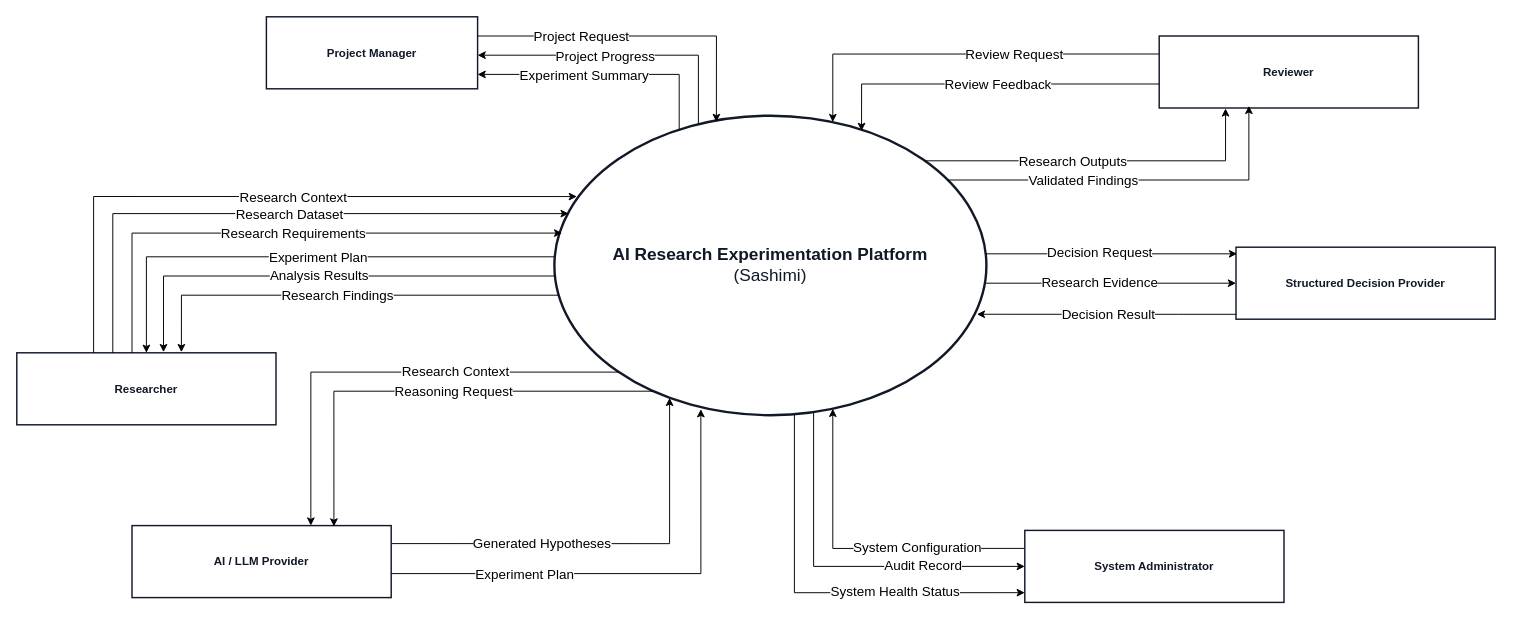
capstone-project-beyond8/capstone-project-docs keeps this draw.io diagram as page "Copy of Copy of Context Diagram" (3 of 4) of diagrams/context-diagrams/AI-Research-Experimentation-Platform-Context.drawio. Above is the earlier version. Source tidied: cells renumbered, new cells numbered last; positions are measured from the earlier drawing's top-left corner, leaving out a move shared by most shapes. Both pictures are drawn from the tidied source at 96%, with x=0, y=0 at pixel (16, 16).
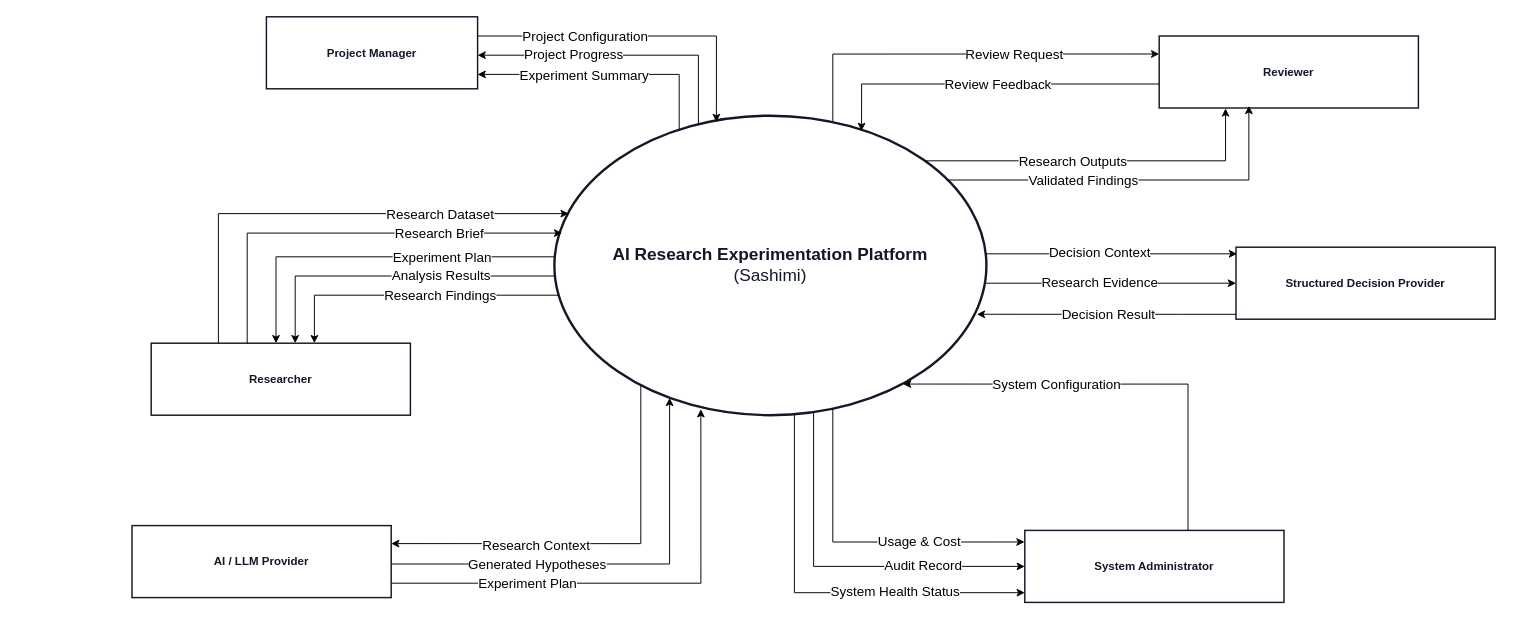
After the change.

Commit message (it also covers changes not shown here):
docs(diagrams): update context and use case diagrams

Refine the context diagram and use case diagram to reflect recent
updates to the system architecture and actor definitions.

- Update context diagram layout and connection styles
- Simplify actor names in use case diagram (e.g., "Researcher / Data
  Analyst" to "Researcher")
- Adjust diagram viewport and metadata

The change refers to these unchanged cells:
```xml
<mxCell id="14" value="&lt;b&gt;AI Research Experimentation Platform&lt;/b&gt;&lt;br&gt;(Sashimi)" style="ellipse;whiteSpace=wrap;html=1;align=center;verticalAlign=middle;fillColor=#ffffff;strokeColor=#111827;strokeWidth=2.5;fontFamily=Helvetica;fontSize=18;fontColor=#111827;spacing=14;" parent="1" vertex="1">
  <mxGeometry x="560" y="103" width="450" height="312" as="geometry" />
</mxCell>
<mxCell id="17" value="&lt;b&gt;System Administrator&lt;/b&gt;" style="rounded=0;whiteSpace=wrap;html=1;align=center;verticalAlign=middle;fillColor=#ffffff;strokeColor=#111827;strokeWidth=1.5;fontFamily=Helvetica;fontSize=12;fontColor=#111827;spacing=8;" parent="1" vertex="1">
  <mxGeometry x="1050" y="535" width="270" height="75" as="geometry" />
</mxCell>
<mxCell id="18" value="&lt;b&gt;Reviewer&lt;/b&gt;" style="rounded=0;whiteSpace=wrap;html=1;align=center;verticalAlign=middle;fillColor=#ffffff;strokeColor=#111827;strokeWidth=1.5;fontFamily=Helvetica;fontSize=12;fontColor=#111827;spacing=8;" parent="1" vertex="1">
  <mxGeometry x="1190" y="20" width="270" height="75" as="geometry" />
</mxCell>
<mxCell id="19" value="&lt;b&gt;AI / LLM Provider&lt;/b&gt;" style="rounded=0;whiteSpace=wrap;html=1;align=center;verticalAlign=middle;fillColor=#ffffff;strokeColor=#111827;strokeWidth=1.5;fontFamily=Helvetica;fontSize=12;fontColor=#111827;spacing=8;" parent="1" vertex="1">
  <mxGeometry x="120" y="530" width="270" height="75" as="geometry" />
</mxCell>
<mxCell id="21" style="edgeStyle=orthogonalEdgeStyle;rounded=0;jettySize=auto;html=1;entryX=0.375;entryY=0.021;entryDx=0;entryDy=0;entryPerimeter=0;" parent="1" edge="1" source="16" target="14">
  <mxGeometry relative="1" as="geometry">
    <Array as="points">
      <mxPoint x="728.8" y="20" />
    </Array>
  </mxGeometry>
</mxCell>
<mxCell id="23" style="edgeStyle=orthogonalEdgeStyle;rounded=0;jettySize=auto;html=1;" parent="1" edge="1" source="14">
  <mxGeometry relative="1" as="geometry">
    <mxPoint x="480" y="40" as="targetPoint" />
    <Array as="points">
      <mxPoint x="710" y="40.8" />
    </Array>
  </mxGeometry>
</mxCell>
<mxCell id="49" style="edgeStyle=orthogonalEdgeStyle;rounded=0;jettySize=auto;html=1;entryX=0.004;entryY=0.092;entryDx=0;entryDy=0;entryPerimeter=0;" parent="1" edge="1" source="14" target="20">
  <mxGeometry relative="1" as="geometry">
    <Array as="points">
      <mxPoint x="1070" y="246.9" />
      <mxPoint x="1070" y="246.9" />
    </Array>
  </mxGeometry>
</mxCell>
```

What changed in the source:
```diff
@@
-    <mxCell id="2" style="edgeStyle=orthogonalEdgeStyle;rounded=0;jettySize=auto;html=1;entryX=0;entryY=0.25;entryDx=0;entryDy=0;endArrow=none;endFill=0;startArrow=classic;startFill=1;" parent="1" edge="1" source="14" target="17">
-      <mxGeometry relative="1" as="geometry">
-        <Array as="points">
-          <mxPoint x="850" y="553.8" />
-        </Array>
-      </mxGeometry>
-    </mxCell>
-    <mxCell id="3" value="System Configuration" style="edgeLabel;html=1;align=center;verticalAlign=middle;fontSize=14;" parent="2" vertex="1">
-      <mxGeometry x="0.35" y="1" relative="1" as="geometry" />
-    </mxCell>
@@
     <mxCell id="6" style="edgeStyle=orthogonalEdgeStyle;rounded=0;jettySize=auto;html=1;entryX=1;entryY=0.25;entryDx=0;entryDy=0;endArrow=none;endFill=0;startArrow=classic;startFill=1;" parent="1" edge="1" source="14" target="19">
       <mxGeometry relative="1" as="geometry">
         <Array as="points">
-          <mxPoint x="680" y="548.8" />
+          <mxPoint x="680" y="570" />
+          <mxPoint x="390" y="570" />
         </Array>
       </mxGeometry>
     </mxCell>
@@
-    <mxCell id="8" style="edgeStyle=orthogonalEdgeStyle;rounded=0;jettySize=auto;html=1;entryX=0;entryY=0.25;entryDx=0;entryDy=0;endArrow=none;endFill=0;startArrow=classic;startFill=1;" parent="1" edge="1" source="14" target="18">
+    <mxCell id="8" style="edgeStyle=orthogonalEdgeStyle;rounded=0;jettySize=auto;html=1;entryX=0;entryY=0.25;entryDx=0;entryDy=0;endArrow=classic;endFill=1;startArrow=none;startFill=0;" parent="1" edge="1" source="14" target="18">
       <mxGeometry relative="1" as="geometry">
         <Array as="points">
           <mxPoint x="850" y="38.8" />
         </Array>
       </mxGeometry>
     </mxCell>
@@
-    <mxCell id="10" style="edgeStyle=orthogonalEdgeStyle;rounded=0;jettySize=auto;html=1;entryX=0.5;entryY=0;entryDx=0;entryDy=0;" parent="1" edge="1" source="14" target="15">
+    <mxCell id="10" style="edgeStyle=orthogonalEdgeStyle;rounded=0;jettySize=auto;html=1;" parent="1" edge="1" source="14">
       <mxGeometry relative="1" as="geometry">
+        <mxPoint x="270" y="340" as="targetPoint" />
         <Array as="points">
-          <mxPoint x="135" y="250" />
+          <mxPoint x="270" y="250" />
+          <mxPoint x="270" y="340" />
         </Array>
       </mxGeometry>
     </mxCell>
     <mxCell id="11" value="Experiment Plan" style="edgeLabel;html=1;align=center;verticalAlign=middle;fontSize=14;" parent="10" vertex="1">
-      <mxGeometry x="-0.06" relative="1" as="geometry" />
+      <mxGeometry x="-0.06" relative="1" as="geometry">
+        <mxPoint x="61" as="offset" />
+      </mxGeometry>
     </mxCell>
@@
     <mxCell id="15" value="&lt;b&gt;Researcher&lt;/b&gt;" style="rounded=0;whiteSpace=wrap;html=1;align=center;verticalAlign=middle;fillColor=#ffffff;strokeColor=#111827;strokeWidth=1.5;fontFamily=Helvetica;fontSize=12;fontColor=#111827;spacing=8;" parent="1" vertex="1">
-      <mxGeometry y="350" width="270" height="75" as="geometry" />
+      <mxGeometry x="140" y="340" width="270" height="75" as="geometry" />
     </mxCell>
@@
-    <mxCell id="22" value="Project Request" style="edgeLabel;html=1;align=center;verticalAlign=middle;fontSize=14;" parent="21" vertex="1">
-      <mxGeometry x="-0.37" relative="1" as="geometry" />
+    <mxCell id="22" value="Project Configuration" style="edgeLabel;html=1;align=center;verticalAlign=middle;fontSize=14;" parent="21" vertex="1">
+      <mxGeometry x="-0.37" relative="1" as="geometry">
+        <mxPoint x="4" as="offset" />
+      </mxGeometry>
     </mxCell>
@@
     <mxCell id="24" value="Project Progress" style="edgeLabel;html=1;align=center;verticalAlign=middle;fontSize=14;" parent="23" vertex="1">
-      <mxGeometry x="0.12" y="1" relative="1" as="geometry" />
+      <mxGeometry x="0.12" y="1" relative="1" as="geometry">
+        <mxPoint x="-33" y="-3" as="offset" />
+      </mxGeometry>
     </mxCell>
     <mxCell id="25" style="edgeStyle=orthogonalEdgeStyle;rounded=0;jettySize=auto;html=1;entryX=0.339;entryY=0.98;entryDx=0;entryDy=0;entryPerimeter=0;" parent="1" edge="1" source="19" target="14">
       <mxGeometry relative="1" as="geometry">
         <Array as="points">
-          <mxPoint x="712.6" y="580" />
+          <mxPoint x="712.6" y="590" />
         </Array>
       </mxGeometry>
     </mxCell>
@@
-    <mxCell id="31" style="edgeStyle=orthogonalEdgeStyle;rounded=0;jettySize=auto;html=1;entryX=0.052;entryY=0.27;entryDx=0;entryDy=0;entryPerimeter=0;" parent="1" edge="1" source="15" target="14">
-      <mxGeometry relative="1" as="geometry">
-        <Array as="points">
-          <mxPoint x="80" y="187.2" />
-        </Array>
-      </mxGeometry>
-    </mxCell>
-    <mxCell id="32" value="Research Context" style="edgeLabel;html=1;align=center;verticalAlign=middle;fontSize=14;" parent="31" vertex="1">
-      <mxGeometry x="0.11" relative="1" as="geometry" />
-    </mxCell>
     <mxCell id="33" style="edgeStyle=orthogonalEdgeStyle;rounded=0;jettySize=auto;html=1;entryX=0.033;entryY=0.327;entryDx=0;entryDy=0;entryPerimeter=0;" parent="1" edge="1" source="15" target="14">
       <mxGeometry relative="1" as="geometry">
         <Array as="points">
-          <mxPoint x="100" y="205" />
+          <mxPoint x="210" y="205" />
         </Array>
       </mxGeometry>
     </mxCell>
     <mxCell id="34" value="Research Dataset" style="edgeLabel;html=1;align=center;verticalAlign=middle;fontSize=14;" parent="33" vertex="1">
-      <mxGeometry x="0.06" relative="1" as="geometry" />
+      <mxGeometry x="0.06" relative="1" as="geometry">
+        <mxPoint x="101" as="offset" />
+      </mxGeometry>
     </mxCell>
     <mxCell id="35" style="edgeStyle=orthogonalEdgeStyle;rounded=0;jettySize=auto;html=1;entryX=0.018;entryY=0.392;entryDx=0;entryDy=0;entryPerimeter=0;" parent="1" edge="1" source="15" target="14">
       <mxGeometry relative="1" as="geometry">
         <Array as="points">
-          <mxPoint x="120" y="225.3" />
+          <mxPoint x="240" y="225.3" />
         </Array>
       </mxGeometry>
     </mxCell>
-    <mxCell id="36" value="Research Requirements" style="edgeLabel;html=1;align=center;verticalAlign=middle;fontSize=14;" parent="35" vertex="1">
-      <mxGeometry x="0.02" relative="1" as="geometry" />
+    <mxCell id="36" value="Research Brief" style="edgeLabel;html=1;align=center;verticalAlign=middle;fontSize=14;" parent="35" vertex="1">
+      <mxGeometry x="0.02" relative="1" as="geometry">
+        <mxPoint x="88" as="offset" />
+      </mxGeometry>
     </mxCell>
-    <mxCell id="37" style="edgeStyle=orthogonalEdgeStyle;rounded=0;jettySize=auto;html=1;entryX=0.566;entryY=-0.009;entryDx=0;entryDy=0;entryPerimeter=0;" parent="1" edge="1" source="14" target="15">
+    <mxCell id="37" style="edgeStyle=orthogonalEdgeStyle;rounded=0;jettySize=auto;html=1;" parent="1" edge="1" source="14">
       <mxGeometry relative="1" as="geometry">
+        <mxPoint x="290" y="340" as="targetPoint" />
         <Array as="points">
-          <mxPoint x="152.8" y="270" />
+          <mxPoint x="290" y="270" />
+          <mxPoint x="290" y="339.3" />
         </Array>
       </mxGeometry>
     </mxCell>
     <mxCell id="38" value="Analysis Results" style="edgeLabel;html=1;align=center;verticalAlign=middle;fontSize=14;" parent="37" vertex="1">
-      <mxGeometry x="0.01" y="-1" relative="1" as="geometry" />
+      <mxGeometry x="0.01" y="-1" relative="1" as="geometry">
+        <mxPoint x="53" as="offset" />
+      </mxGeometry>
     </mxCell>
-    <mxCell id="39" style="edgeStyle=orthogonalEdgeStyle;rounded=0;jettySize=auto;html=1;entryX=0.635;entryY=-0.009;entryDx=0;entryDy=0;entryPerimeter=0;" parent="1" edge="1" source="14" target="15">
+    <mxCell id="39" style="edgeStyle=orthogonalEdgeStyle;rounded=0;jettySize=auto;html=1;" parent="1" edge="1" source="14">
       <mxGeometry relative="1" as="geometry">
+        <mxPoint x="310" y="340" as="targetPoint" />
         <Array as="points">
-          <mxPoint x="171.5" y="290" />
+          <mxPoint x="310" y="290" />
+          <mxPoint x="310" y="339.3" />
         </Array>
       </mxGeometry>
     </mxCell>
     <mxCell id="40" value="Research Findings" style="edgeLabel;html=1;align=center;verticalAlign=middle;fontSize=14;" parent="39" vertex="1">
-      <mxGeometry x="0.02" relative="1" as="geometry" />
+      <mxGeometry x="0.02" relative="1" as="geometry">
+        <mxPoint x="31" as="offset" />
+      </mxGeometry>
     </mxCell>
@@
-    <mxCell id="45" style="edgeStyle=orthogonalEdgeStyle;rounded=0;jettySize=auto;html=1;" parent="1" edge="1" source="14">
+    <mxCell id="45" style="edgeStyle=orthogonalEdgeStyle;rounded=0;jettySize=auto;html=1;entryX=1;entryY=0.25;entryDx=0;entryDy=0;" parent="1" edge="1" source="14" target="19">
       <mxGeometry relative="1" as="geometry">
-        <mxPoint x="306.3" y="530" as="targetPoint" />
         <Array as="points">
-          <mxPoint x="306.3" y="370.1" />
+          <mxPoint x="650" y="548.8" />
         </Array>
       </mxGeometry>
     </mxCell>
     <mxCell id="46" value="Research Context" style="edgeLabel;html=1;align=center;verticalAlign=middle;fontSize=14;" parent="45" vertex="1">
-      <mxGeometry x="-0.29" y="-1" relative="1" as="geometry" />
+      <mxGeometry x="-0.29" y="-1" relative="1" as="geometry">
+        <mxPoint x="-109" y="16" as="offset" />
+      </mxGeometry>
     </mxCell>
-    <mxCell id="47" style="edgeStyle=orthogonalEdgeStyle;rounded=0;jettySize=auto;html=1;entryX=0.779;entryY=0.012;entryDx=0;entryDy=0;entryPerimeter=0;" parent="1" edge="1" source="14" target="19">
-      <mxGeometry relative="1" as="geometry">
-        <Array as="points">
-          <mxPoint x="330.3" y="390" />
-        </Array>
-      </mxGeometry>
-    </mxCell>
-    <mxCell id="48" value="Reasoning Request" style="edgeLabel;html=1;align=center;verticalAlign=middle;fontSize=14;" parent="47" vertex="1">
-      <mxGeometry x="-0.12" y="-1" relative="1" as="geometry" />
-    </mxCell>
@@
-    <mxCell id="50" value="Decision Request" style="edgeLabel;html=1;align=center;verticalAlign=middle;fontSize=14;" parent="49" vertex="1">
+    <mxCell id="50" value="Decision Context" style="edgeLabel;html=1;align=center;verticalAlign=middle;fontSize=14;" parent="49" vertex="1">
       <mxGeometry x="-0.1" y="1" relative="1" as="geometry" />
     </mxCell>
@@
+    <mxCell id="55" style="edgeStyle=orthogonalEdgeStyle;rounded=0;jettySize=auto;html=1;entryX=0.807;entryY=0.896;entryDx=0;entryDy=0;entryPerimeter=0;" parent="1" edge="1" source="17" target="14">
+      <mxGeometry relative="1" as="geometry">
+        <Array as="points">
+          <mxPoint x="1220" y="382.6" />
+        </Array>
+      </mxGeometry>
+    </mxCell>
+    <mxCell id="3" value="System Configuration" style="edgeLabel;html=1;align=center;verticalAlign=middle;fontSize=14;" parent="55" vertex="1">
+      <mxGeometry x="0.29" relative="1" as="geometry" />
+    </mxCell>
+    <mxCell id="2" style="edgeStyle=orthogonalEdgeStyle;rounded=0;jettySize=auto;html=1;entryX=-0.001;entryY=0.161;entryDx=0;entryDy=0;entryPerimeter=0;strokeWidth=1;" parent="1" edge="1" source="14" target="17">
+      <mxGeometry relative="1" as="geometry">
+        <Array as="points">
+          <mxPoint x="850" y="547.1" />
+        </Array>
+      </mxGeometry>
+    </mxCell>
+    <mxCell id="56" value="Usage &amp;amp; Cost" style="edgeLabel;html=1;align=center;verticalAlign=middle;fontSize=14;" parent="2" vertex="1">
+      <mxGeometry x="0.35" y="1" relative="1" as="geometry" />
+    </mxCell>
```
